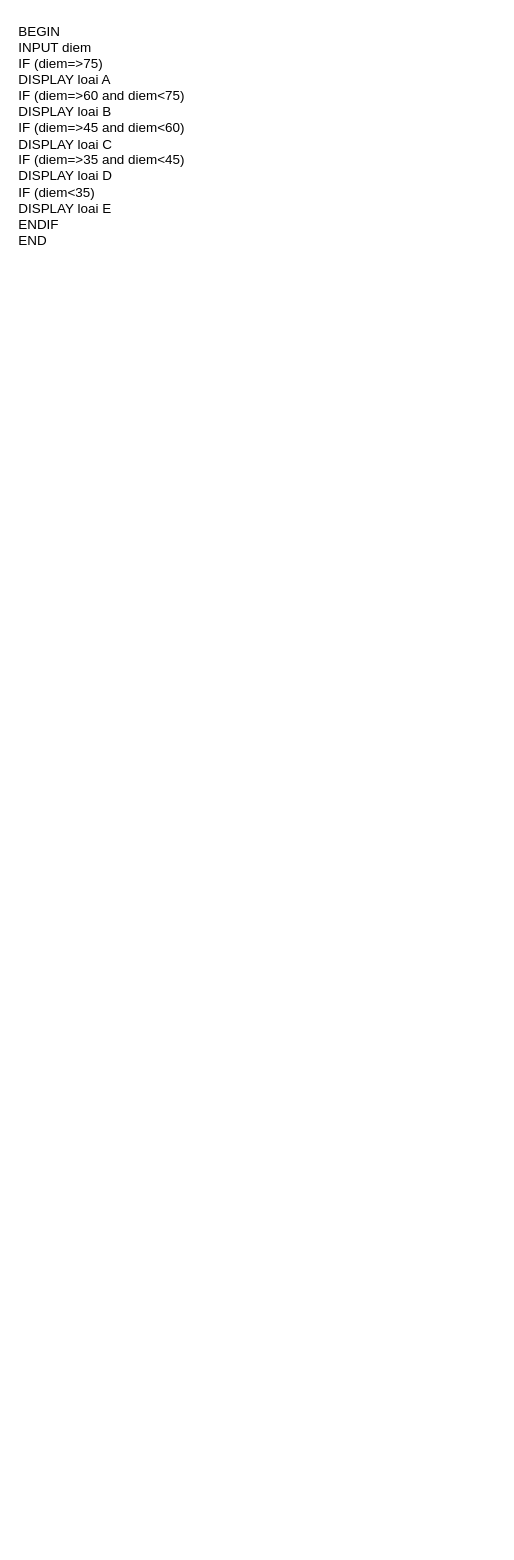
Earlier version of the draw.io diagram page "Mô tả thuật toán có cấu trúc điều kiệ" (3 of 3) of ss2_code_org/bai_tap/Mô tả thuật toán tính điểm trung bình.drawio (nhanbui3903/A1022I1-BuiDucNhan). Source tidied: cells renumbered, new cells numbered last; positions are measured from the earlier drawing's top-left corner, leaving out a move shared by most shapes. Both pictures are drawn from the tidied source at 96%, with x=0, y=0 at pixel (16, 16).
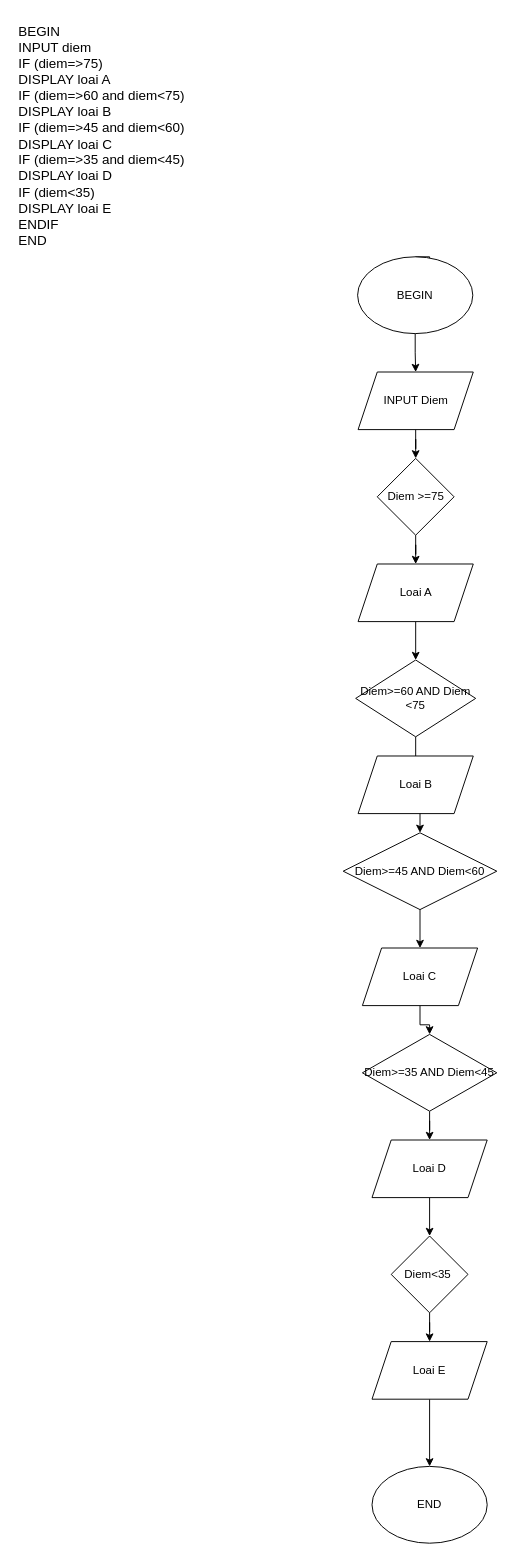
The same page after the edit.

Change to the diagram source:
```diff
@@
+    <mxCell id="3" style="edgeStyle=orthogonalEdgeStyle;rounded=0;jettySize=auto;html=1;exitX=0.5;exitY=0;exitDx=0;exitDy=0;" parent="1" edge="1" source="5">
+      <mxGeometry relative="1" as="geometry">
+        <mxPoint x="430" y="270" as="targetPoint" />
+      </mxGeometry>
+    </mxCell>
+    <mxCell id="4" style="edgeStyle=orthogonalEdgeStyle;rounded=0;jettySize=auto;html=1;" parent="1" edge="1" source="5" target="7">
+      <mxGeometry relative="1" as="geometry" />
+    </mxCell>
+    <mxCell id="5" value="BEGIN" style="ellipse;whiteSpace=wrap;html=1;" parent="1" vertex="1">
+      <mxGeometry x="355" y="250" width="120" height="80" as="geometry" />
+    </mxCell>
+    <mxCell id="6" style="edgeStyle=orthogonalEdgeStyle;rounded=0;jettySize=auto;html=1;" parent="1" edge="1" source="7" target="9">
+      <mxGeometry relative="1" as="geometry" />
+    </mxCell>
+    <mxCell id="7" value="INPUT Diem" style="shape=parallelogram;perimeter=parallelogramPerimeter;whiteSpace=wrap;html=1;fixedSize=1;" parent="1" vertex="1">
+      <mxGeometry x="355.5" y="370" width="120" height="60" as="geometry" />
+    </mxCell>
+    <mxCell id="8" style="edgeStyle=orthogonalEdgeStyle;rounded=0;jettySize=auto;html=1;" parent="1" edge="1" source="9" target="11">
+      <mxGeometry relative="1" as="geometry" />
+    </mxCell>
+    <mxCell id="9" value="Diem &amp;gt;=75" style="rhombus;whiteSpace=wrap;html=1;" parent="1" vertex="1">
+      <mxGeometry x="375.5" y="460" width="80" height="80" as="geometry" />
+    </mxCell>
+    <mxCell id="10" style="edgeStyle=orthogonalEdgeStyle;rounded=0;jettySize=auto;html=1;" parent="1" edge="1" source="11" target="13">
+      <mxGeometry relative="1" as="geometry" />
+    </mxCell>
+    <mxCell id="11" value="Loai A" style="shape=parallelogram;perimeter=parallelogramPerimeter;whiteSpace=wrap;html=1;fixedSize=1;" parent="1" vertex="1">
+      <mxGeometry x="355.5" y="570" width="120" height="60" as="geometry" />
+    </mxCell>
+    <mxCell id="12" style="edgeStyle=orthogonalEdgeStyle;rounded=0;jettySize=auto;html=1;" parent="1" edge="1" source="13" target="16">
+      <mxGeometry relative="1" as="geometry" />
+    </mxCell>
+    <mxCell id="13" value="Diem&amp;gt;=60 AND Diem &amp;lt;75" style="rhombus;whiteSpace=wrap;html=1;" parent="1" vertex="1">
+      <mxGeometry x="353" y="670" width="125" height="80" as="geometry" />
+    </mxCell>
+    <mxCell id="14" value="Loai B" style="shape=parallelogram;perimeter=parallelogramPerimeter;whiteSpace=wrap;html=1;fixedSize=1;" parent="1" vertex="1">
+      <mxGeometry x="355.5" y="770" width="120" height="60" as="geometry" />
+    </mxCell>
+    <mxCell id="15" style="edgeStyle=orthogonalEdgeStyle;rounded=0;jettySize=auto;html=1;" parent="1" edge="1" source="16" target="18">
+      <mxGeometry relative="1" as="geometry" />
+    </mxCell>
+    <mxCell id="16" value="Diem&amp;gt;=45 AND Diem&amp;lt;60" style="rhombus;whiteSpace=wrap;html=1;" parent="1" vertex="1">
+      <mxGeometry x="340" y="850" width="160" height="80" as="geometry" />
+    </mxCell>
+    <mxCell id="17" style="edgeStyle=orthogonalEdgeStyle;rounded=0;jettySize=auto;html=1;" parent="1" edge="1" source="18" target="22">
+      <mxGeometry relative="1" as="geometry" />
+    </mxCell>
+    <mxCell id="18" value="Loai C" style="shape=parallelogram;perimeter=parallelogramPerimeter;whiteSpace=wrap;html=1;fixedSize=1;" parent="1" vertex="1">
+      <mxGeometry x="360" y="970" width="120" height="60" as="geometry" />
+    </mxCell>
+    <mxCell id="19" style="edgeStyle=orthogonalEdgeStyle;rounded=0;jettySize=auto;html=1;" parent="1" edge="1" source="20" target="24">
+      <mxGeometry relative="1" as="geometry" />
+    </mxCell>
+    <mxCell id="20" value="Loai D" style="shape=parallelogram;perimeter=parallelogramPerimeter;whiteSpace=wrap;html=1;fixedSize=1;" parent="1" vertex="1">
+      <mxGeometry x="370" y="1170" width="120" height="60" as="geometry" />
+    </mxCell>
+    <mxCell id="21" style="edgeStyle=orthogonalEdgeStyle;rounded=0;jettySize=auto;html=1;" parent="1" edge="1" source="22" target="20">
+      <mxGeometry relative="1" as="geometry" />
+    </mxCell>
+    <mxCell id="22" value="Diem&amp;gt;=35 AND Diem&amp;lt;45" style="rhombus;whiteSpace=wrap;html=1;" parent="1" vertex="1">
+      <mxGeometry x="360" y="1060" width="140" height="80" as="geometry" />
+    </mxCell>
+    <mxCell id="23" style="edgeStyle=orthogonalEdgeStyle;rounded=0;jettySize=auto;html=1;" parent="1" edge="1" source="24" target="26">
+      <mxGeometry relative="1" as="geometry" />
+    </mxCell>
+    <mxCell id="24" value="Diem&amp;lt;35&amp;nbsp;" style="rhombus;whiteSpace=wrap;html=1;" parent="1" vertex="1">
+      <mxGeometry x="390" y="1270" width="80" height="80" as="geometry" />
+    </mxCell>
+    <mxCell id="25" style="edgeStyle=orthogonalEdgeStyle;rounded=0;jettySize=auto;html=1;" parent="1" edge="1" source="26" target="27">
+      <mxGeometry relative="1" as="geometry" />
+    </mxCell>
+    <mxCell id="26" value="Loai E" style="shape=parallelogram;perimeter=parallelogramPerimeter;whiteSpace=wrap;html=1;fixedSize=1;" parent="1" vertex="1">
+      <mxGeometry x="370" y="1380" width="120" height="60" as="geometry" />
+    </mxCell>
+    <mxCell id="27" value="END" style="ellipse;whiteSpace=wrap;html=1;" parent="1" vertex="1">
+      <mxGeometry x="370" y="1510" width="120" height="80" as="geometry" />
+    </mxCell>
```
